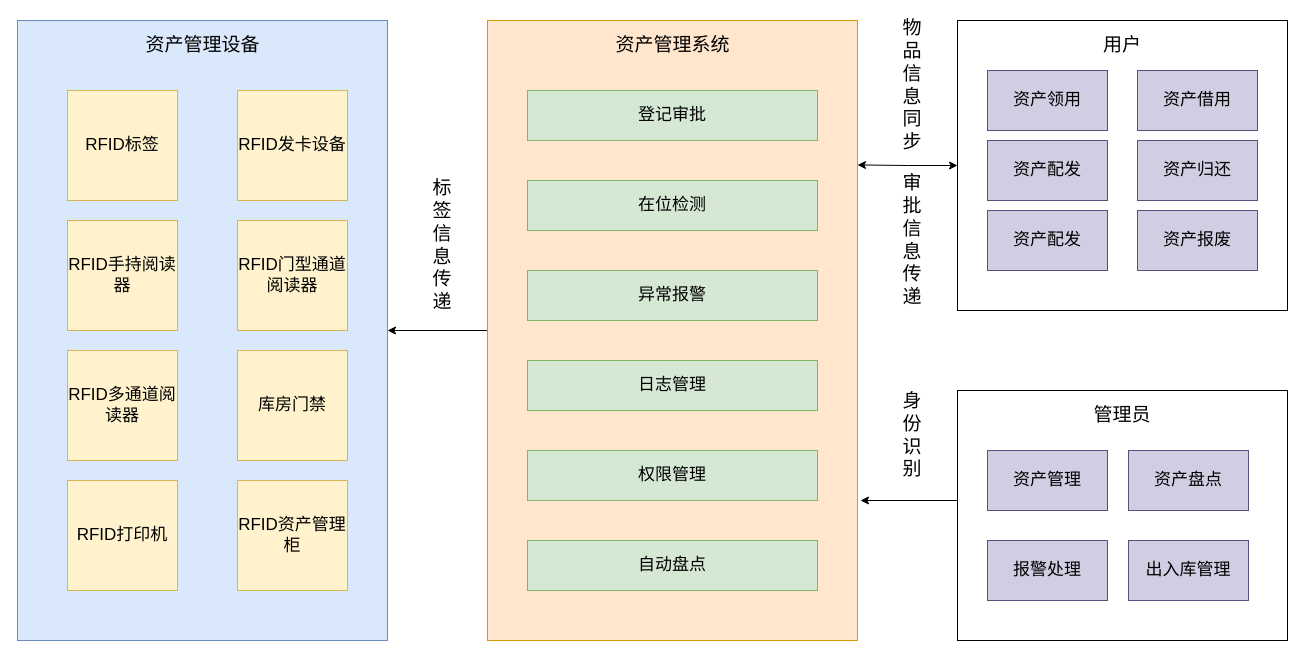
This is 资产管理业务场景.drawio from captain188/draw.io, a draw.io file, before an edit. Source tidied: cells renumbered, new cells numbered last; positions are measured from the earlier drawing's top-left corner, leaving out a move shared by most shapes. Both pictures are drawn from the tidied source at 100%, with x=0, y=0 at pixel (17, 20).
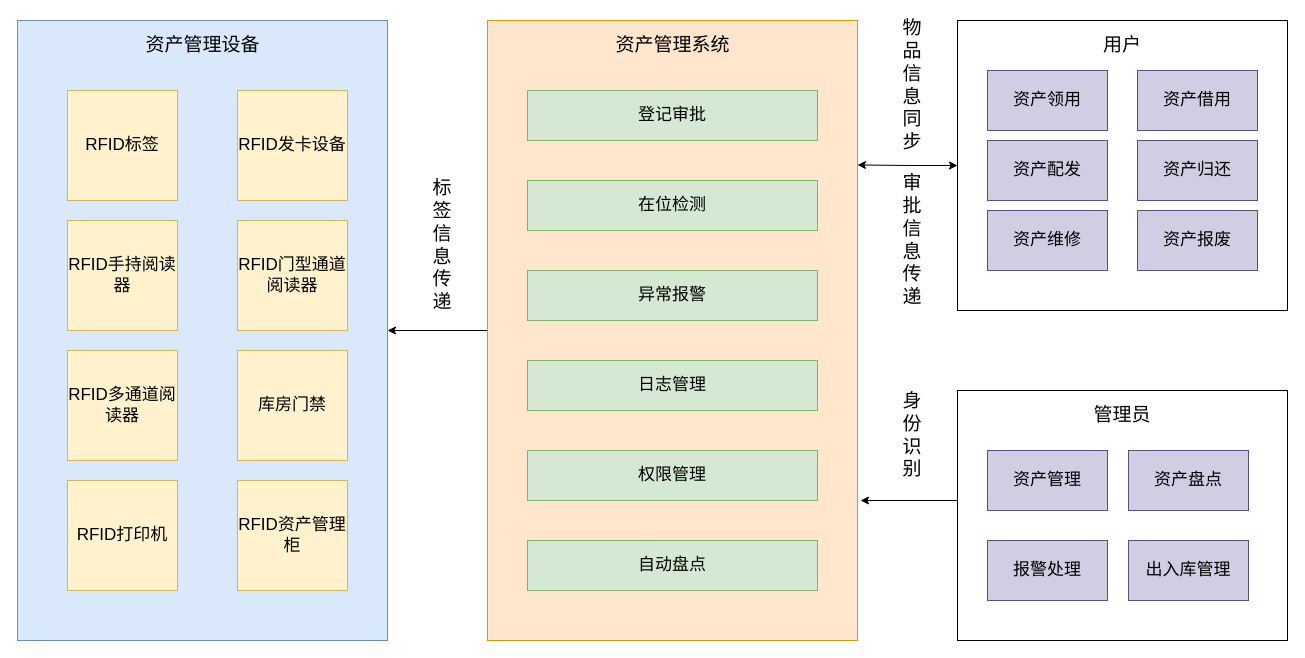
Above is the later version.

Commit message:
更新资产管理业务场景.drawio

Change to the diagram source:
```diff
@@
-    <mxCell id="13" value="资产配发" style="rounded=0;whiteSpace=wrap;html=1;fillColor=#d0cee2;strokeColor=#56517e;fontSize=17;" parent="1" vertex="1">
+    <mxCell id="13" value="资产维修" style="rounded=0;whiteSpace=wrap;html=1;fillColor=#d0cee2;strokeColor=#56517e;fontSize=17;" parent="1" vertex="1">
       <mxGeometry x="970" y="190" width="120" height="60" as="geometry" />
     </mxCell>
```
